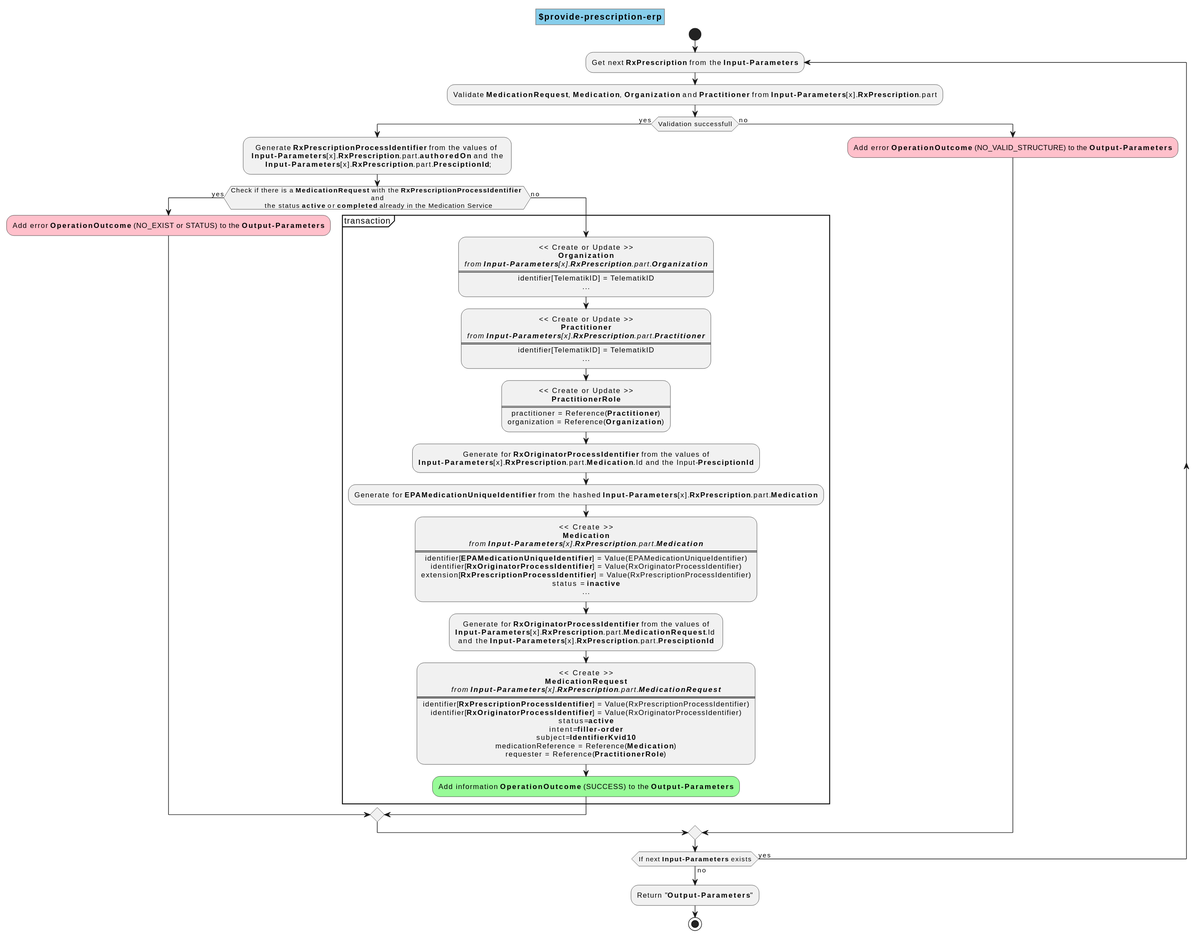
This is images/plantuml/operation.provide-prescription-erp.svg from gematik/ePA-Medication, a PlantUML export, as it was before one commit.
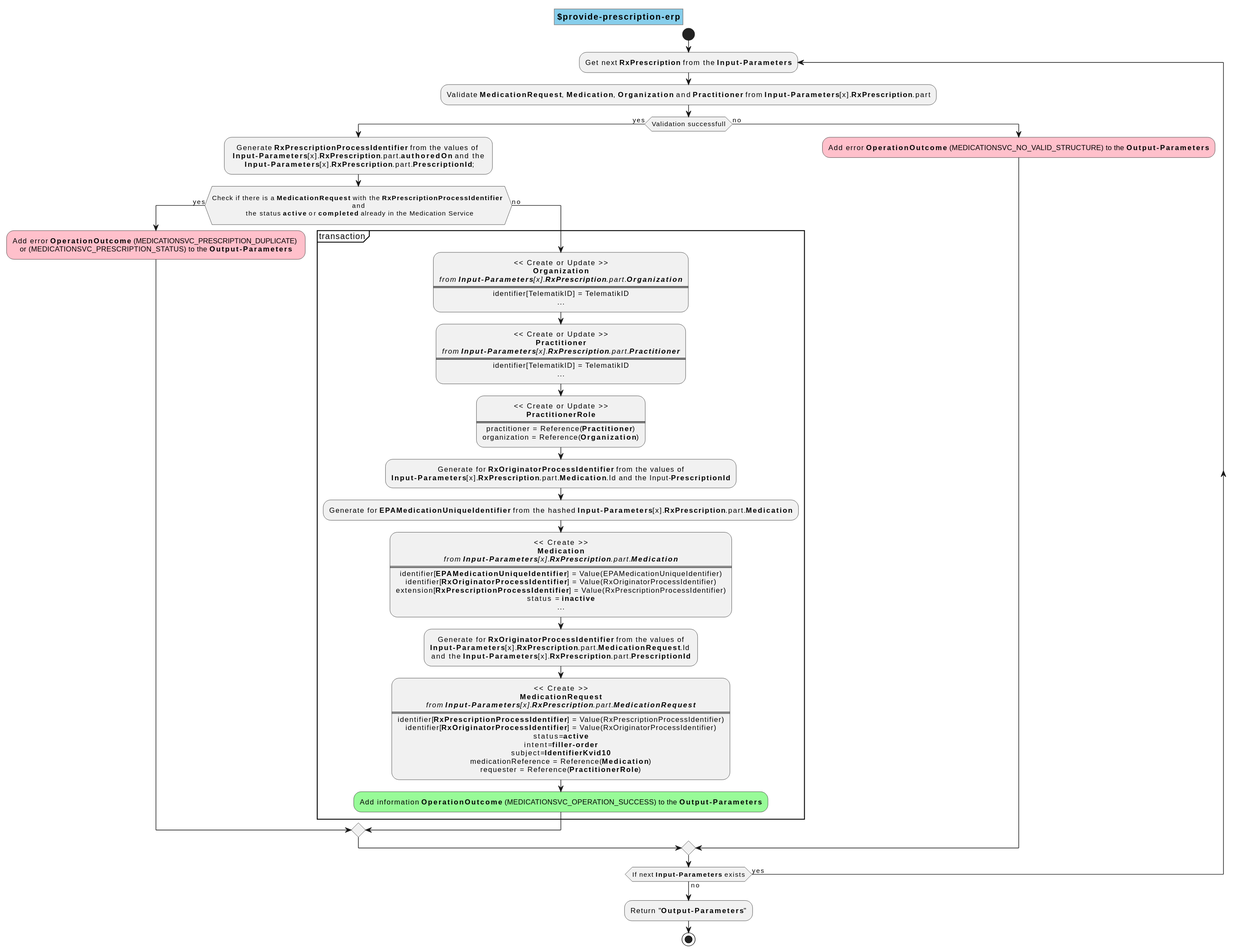
Above is the later version.

Diff of the diagram source:
```diff
@@ -14,11 +14,11 @@
 
 if (Validation successfull) then (yes)
 
-  :Generate <b>RxPrescriptionProcessIdentifier</b> from the values of \n <b>Input-Parameters</b>[x].<b>RxPrescription</b>.part.<b>authoredOn</b> and the \n <b>Input-Parameters</b>[x].<b>RxPrescription</b>.part.<b>PresciptionId</b>;;
+  :Generate <b>RxPrescriptionProcessIdentifier</b> from the values of \n <b>Input-Parameters</b>[x].<b>RxPrescription</b>.part.<b>authoredOn</b> and the \n <b>Input-Parameters</b>[x].<b>RxPrescription</b>.part.<b>PrescriptionId</b>;;
 
-  if(Check if there is a <b>MedicationRequest</b> with the <b>RxPrescriptionProcessIdentifier</b> \n and \n the status <b>active</b> or <b>completed</b> already in the Medication Service) then (yes)
+  if(\rCheck if there is a <b>MedicationRequest</b> with the <b>RxPrescriptionProcessIdentifier</b> \n and \n the status <b>active</b> or <b>completed</b> already in the Medication Service\r) then (yes)
 
-    #Pink:Add error <b>OperationOutcome</b> (NO_EXIST or STATUS) to the <b>Output-Parameters</b>;
+    #Pink:Add error <b>OperationOutcome</b> (MEDICATIONSVC_PRESCRIPTION_DUPLICATE) \nor (MEDICATIONSVC_PRESCRIPTION_STATUS) to the <b>Output-Parameters</b>;
 
   else (no)
 
@@ -45,7 +45,7 @@
       organization = Reference(<b>Organization</b>);
 
       :Generate for <b>RxOriginatorProcessIdentifier</b> from the values of
-      <b>Input-Parameters</b>[x].<b>RxPrescription</b>.part.<b>Medication</b>.Id and the Input-<b>PresciptionId</b>;
+      <b>Input-Parameters</b>[x].<b>RxPrescription</b>.part.<b>Medication</b>.Id and the Input-<b>PrescriptionId</b>;
 
       :Generate for <b>EPAMedicationUniqueIdentifier</b> from the hashed <b>Input-Parameters</b>[x].<b>RxPrescription</b>.part.<b>Medication</b>;
 
@@ -61,7 +61,7 @@
 
       :Generate for <b>RxOriginatorProcessIdentifier</b> from the values of
       <b>Input-Parameters</b>[x].<b>RxPrescription</b>.part.<b>MedicationRequest</b>.Id
-      and the <b>Input-Parameters</b>[x].<b>RxPrescription</b>.part.<b>PresciptionId</b>;
+      and the <b>Input-Parameters</b>[x].<b>RxPrescription</b>.part.<b>PrescriptionId</b>;
 
       :<< Create >>
       <b>MedicationRequest</b>
@@ -75,13 +75,13 @@
       medicationReference = Reference(<b>Medication</b>)
       requester = Reference(<b>PractitionerRole</b>);
 
-      #PaleGreen:Add information <b>OperationOutcome</b> (SUCCESS) to the <b>Output-Parameters</b>;
+      #PaleGreen:Add information <b>OperationOutcome</b> (MEDICATIONSVC_OPERATION_SUCCESS) to the <b>Output-Parameters</b>;
     }
 
   endif
 
 else (no)
-  #Pink:Add error <b>OperationOutcome</b> (NO_VALID_STRUCTURE) to the <b>Output-Parameters</b>;
+  #Pink:Add error <b>OperationOutcome</b> (MEDICATIONSVC_NO_VALID_STRUCTURE) to the <b>Output-Parameters</b>;
 endif
 
 repeat while (If next <b>Input-Parameters</b> exists) is (yes) not (no)
```
